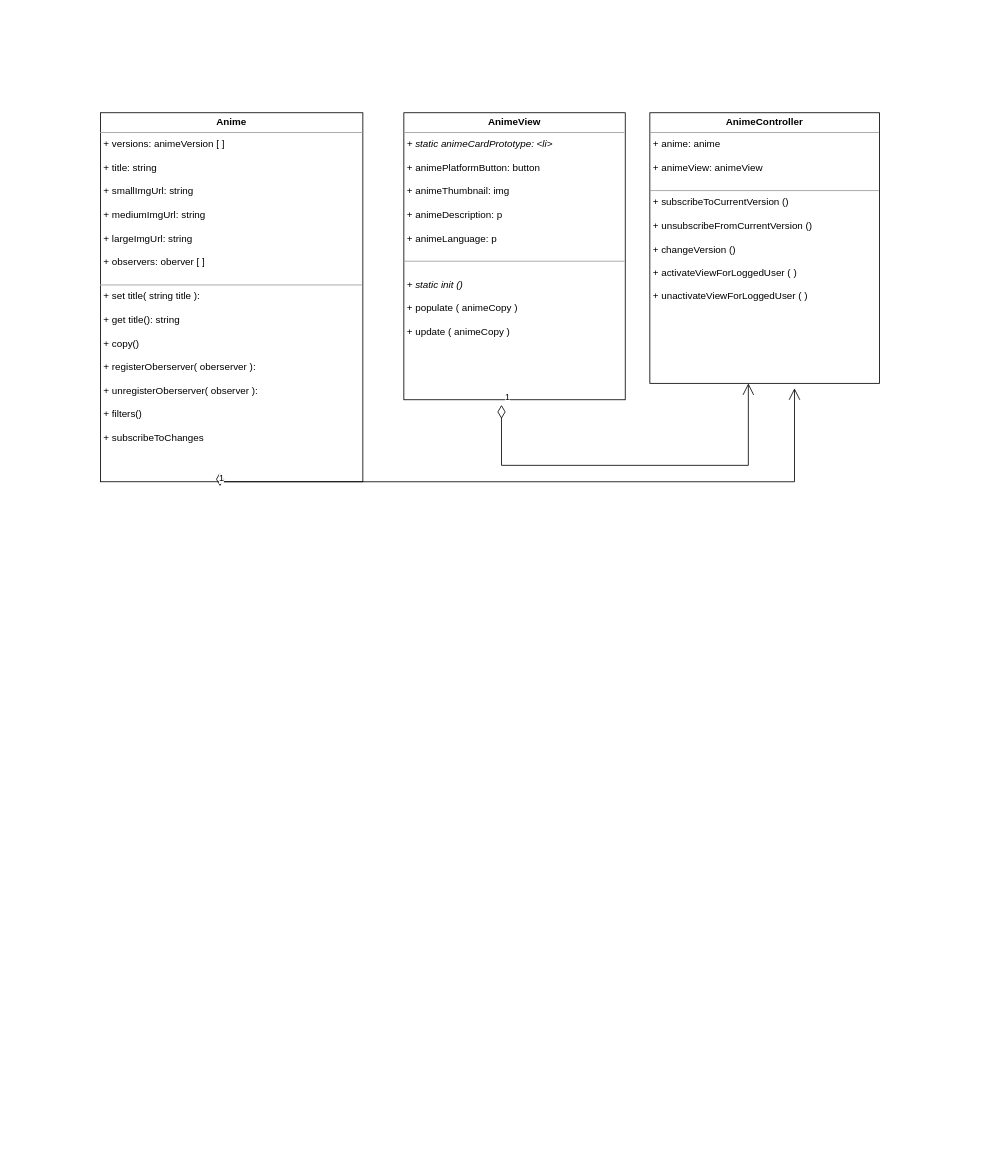
Above: documentación/documentación del producto/documentación del sistema/documentación del diseño/Diagrama de clases frontend.drawio in GaelCodes/MyAnime (draw.io), before the change. Source tidied: cells renumbered, new cells numbered last; positions are measured from the earlier drawing's top-left corner, leaving out a move shared by most shapes. Both pictures are drawn from the tidied source at 82%, with x=0, y=0 at pixel (43, 51).
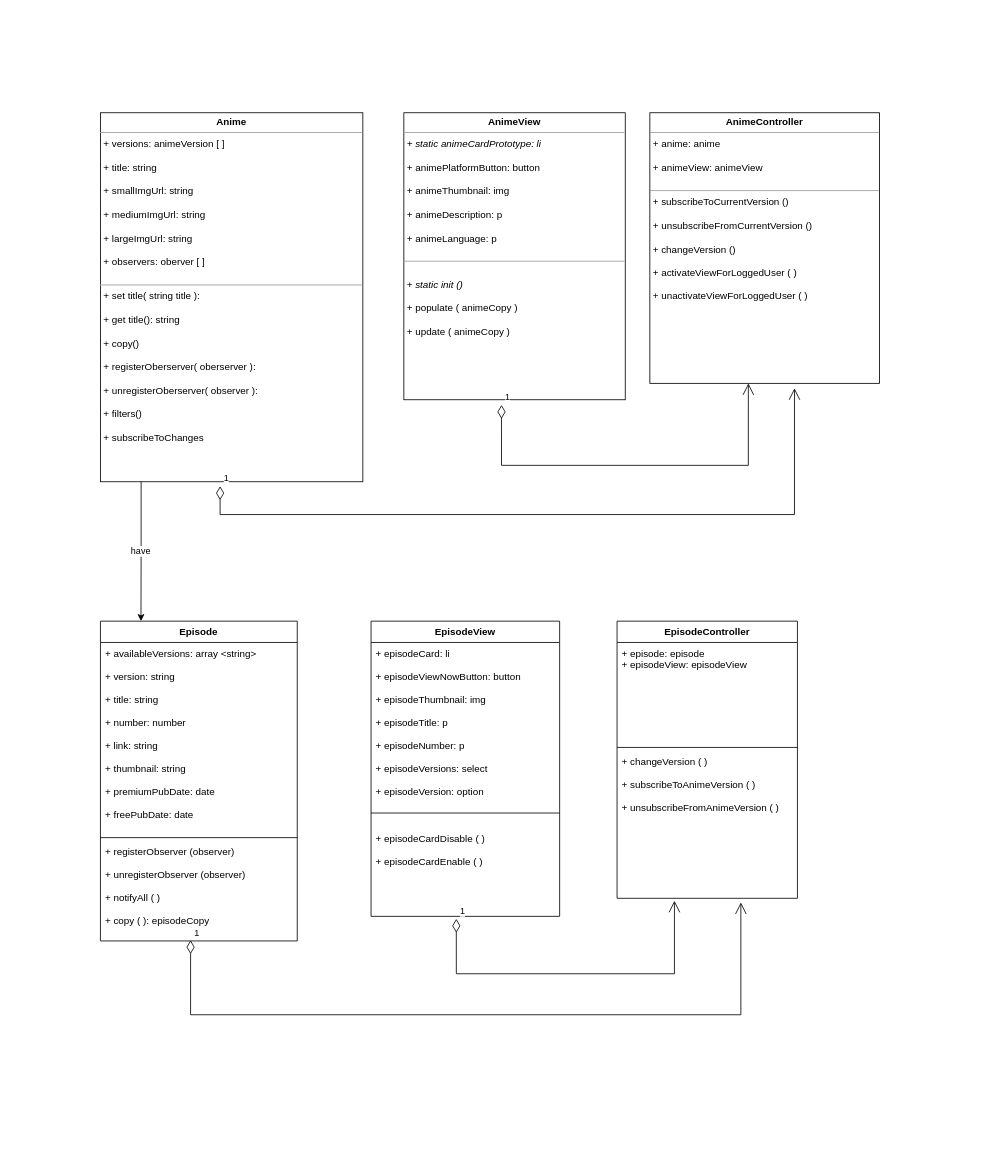
Above is the later version.

Commit message (it also covers changes not shown here):
Añadido componente episodio al diagrama de clases del frontend [GA-12]

Unchanged cells that the change refers to:
```xml
<mxCell id="2" value="&lt;p style=&quot;margin: 0px ; margin-top: 4px ; text-align: center&quot;&gt;&lt;b&gt;Anime&lt;/b&gt;&lt;/p&gt;&lt;hr size=&quot;1&quot;&gt;&lt;p style=&quot;margin: 0px ; margin-left: 4px&quot;&gt;+ versions: animeVersion [ ]&lt;/p&gt;&lt;p style=&quot;margin: 0px ; margin-left: 4px&quot;&gt;&lt;br&gt;&lt;/p&gt;&lt;p style=&quot;margin: 0px ; margin-left: 4px&quot;&gt;+ title: string&lt;/p&gt;&lt;p style=&quot;margin: 0px ; margin-left: 4px&quot;&gt;&lt;br&gt;&lt;/p&gt;&lt;p style=&quot;margin: 0px ; margin-left: 4px&quot;&gt;+ smallImgUrl: string&lt;/p&gt;&lt;p style=&quot;margin: 0px ; margin-left: 4px&quot;&gt;&lt;br&gt;&lt;/p&gt;&lt;p style=&quot;margin: 0px ; margin-left: 4px&quot;&gt;+ mediumImgUrl: string&lt;/p&gt;&lt;p style=&quot;margin: 0px ; margin-left: 4px&quot;&gt;&lt;br&gt;&lt;/p&gt;&lt;p style=&quot;margin: 0px ; margin-left: 4px&quot;&gt;+ largeImgUrl: string&lt;/p&gt;&lt;p style=&quot;margin: 0px ; margin-left: 4px&quot;&gt;&lt;br&gt;&lt;/p&gt;&lt;p style=&quot;margin: 0px ; margin-left: 4px&quot;&gt;+ observers: oberver [ ]&lt;/p&gt;&lt;p style=&quot;margin: 0px ; margin-left: 4px&quot;&gt;&lt;br&gt;&lt;/p&gt;&lt;hr size=&quot;1&quot;&gt;&lt;p style=&quot;margin: 0px ; margin-left: 4px&quot;&gt;+ set title( string title ):&lt;/p&gt;&lt;p style=&quot;margin: 0px ; margin-left: 4px&quot;&gt;&lt;br&gt;&lt;/p&gt;&lt;p style=&quot;margin: 0px ; margin-left: 4px&quot;&gt;+ get title(): string&lt;/p&gt;&lt;p style=&quot;margin: 0px ; margin-left: 4px&quot;&gt;&lt;br&gt;&lt;/p&gt;&lt;p style=&quot;margin: 0px ; margin-left: 4px&quot;&gt;+ copy()&lt;/p&gt;&lt;p style=&quot;margin: 0px ; margin-left: 4px&quot;&gt;&lt;br&gt;&lt;/p&gt;&lt;p style=&quot;margin: 0px ; margin-left: 4px&quot;&gt;+ registerOberserver( oberserver ):&lt;/p&gt;&lt;p style=&quot;margin: 0px ; margin-left: 4px&quot;&gt;&lt;br&gt;&lt;/p&gt;&lt;p style=&quot;margin: 0px ; margin-left: 4px&quot;&gt;+ unregisterOberserver( observer ):&lt;/p&gt;&lt;p style=&quot;margin: 0px ; margin-left: 4px&quot;&gt;&lt;br&gt;&lt;/p&gt;&lt;p style=&quot;margin: 0px ; margin-left: 4px&quot;&gt;+ filters()&lt;/p&gt;&lt;p style=&quot;margin: 0px ; margin-left: 4px&quot;&gt;&lt;br&gt;&lt;/p&gt;&lt;p style=&quot;margin: 0px ; margin-left: 4px&quot;&gt;+ subscribeToChanges&lt;/p&gt;" style="verticalAlign=top;align=left;overflow=fill;fontSize=12;fontFamily=Helvetica;html=1;" parent="1" vertex="1">
  <mxGeometry x="70" y="75" width="320" height="450" as="geometry" />
</mxCell>
<mxCell id="4" value="&lt;p style=&quot;margin: 0px ; margin-top: 4px ; text-align: center&quot;&gt;&lt;b&gt;AnimeController&lt;/b&gt;&lt;/p&gt;&lt;hr size=&quot;1&quot;&gt;&lt;p style=&quot;margin: 0px ; margin-left: 4px&quot;&gt;+ anime: anime&lt;/p&gt;&lt;p style=&quot;margin: 0px ; margin-left: 4px&quot;&gt;&lt;br&gt;&lt;/p&gt;&lt;p style=&quot;margin: 0px ; margin-left: 4px&quot;&gt;+ animeView: animeView&lt;/p&gt;&lt;p style=&quot;margin: 0px ; margin-left: 4px&quot;&gt;&lt;br&gt;&lt;/p&gt;&lt;hr size=&quot;1&quot;&gt;&lt;p style=&quot;margin: 0px ; margin-left: 4px&quot;&gt;+ subscribeToCurrentVersion ()&lt;/p&gt;&lt;p style=&quot;margin: 0px ; margin-left: 4px&quot;&gt;&lt;br&gt;&lt;/p&gt;&lt;p style=&quot;margin: 0px ; margin-left: 4px&quot;&gt;+ unsubscribeFromCurrentVersion ()&lt;br&gt;&lt;/p&gt;&lt;p style=&quot;margin: 0px ; margin-left: 4px&quot;&gt;&lt;br&gt;&lt;/p&gt;&lt;p style=&quot;margin: 0px ; margin-left: 4px&quot;&gt;+ changeVersion ()&lt;/p&gt;&lt;p style=&quot;margin: 0px ; margin-left: 4px&quot;&gt;&lt;br&gt;&lt;/p&gt;&lt;p style=&quot;margin: 0px ; margin-left: 4px&quot;&gt;+ activateViewForLoggedUser ( )&lt;/p&gt;&lt;p style=&quot;margin: 0px ; margin-left: 4px&quot;&gt;&lt;br&gt;&lt;/p&gt;&lt;p style=&quot;margin: 0px ; margin-left: 4px&quot;&gt;+ unactivateViewForLoggedUser ( )&lt;/p&gt;" style="verticalAlign=top;align=left;overflow=fill;fontSize=12;fontFamily=Helvetica;html=1;" parent="1" vertex="1">
  <mxGeometry x="740" y="75" width="280" height="330" as="geometry" />
</mxCell>
```

Diff of the diagram source:
```diff
@@
+    <mxCell id="7" style="shape=table;startSize=0;childLayout=tableLayout;fillColor=none;strokeColor=none;" parent="1" vertex="1">
+      <mxGeometry x="-35" y="-45" width="1100" height="1385" as="geometry" />
+    </mxCell>
+    <mxCell id="8" style="shape=tableRow;horizontal=0;startSize=0;swimlaneHead=0;swimlaneBody=0;top=0;left=0;bottom=0;right=0;fillColor=none;" parent="7" vertex="1">
+      <mxGeometry width="1100" height="1385" as="geometry" />
+    </mxCell>
+    <mxCell id="9" style="shape=partialRectangle;html=1;whiteSpace=wrap;overflow=hidden;fillColor=none;top=0;left=0;bottom=0;right=0;" parent="8" vertex="1">
+      <mxGeometry width="1100" height="1385" as="geometry" />
+    </mxCell>
+    <mxCell id="10" value="have" style="edgeStyle=orthogonalEdgeStyle;rounded=0;jettySize=auto;html=1;entryX=0.206;entryY=0;entryDx=0;entryDy=0;exitX=0.155;exitY=0.998;exitDx=0;exitDy=0;exitPerimeter=0;entryPerimeter=0;" parent="1" edge="1" source="2" target="11">
+      <mxGeometry relative="1" as="geometry" />
+    </mxCell>
@@
-    <mxCell id="3" value="&lt;p style=&quot;margin: 0px ; margin-top: 4px ; text-align: center&quot;&gt;&lt;b&gt;AnimeView&lt;/b&gt;&lt;/p&gt;&lt;hr size=&quot;1&quot;&gt;&lt;p style=&quot;margin: 0px ; margin-left: 4px&quot;&gt;&lt;i&gt;+ static animeCardPrototype: &amp;lt;li&amp;gt;&lt;/i&gt;&lt;/p&gt;&lt;p style=&quot;margin: 0px ; margin-left: 4px&quot;&gt;&lt;br&gt;&lt;/p&gt;&lt;p style=&quot;margin: 0px ; margin-left: 4px&quot;&gt;+ animePlatformButton: button&lt;br&gt;&lt;/p&gt;&lt;p style=&quot;margin: 0px ; margin-left: 4px&quot;&gt;&lt;br&gt;&lt;/p&gt;&lt;p style=&quot;margin: 0px ; margin-left: 4px&quot;&gt;+ animeThumbnail: img&lt;/p&gt;&lt;p style=&quot;margin: 0px ; margin-left: 4px&quot;&gt;&lt;br&gt;&lt;/p&gt;&lt;p style=&quot;margin: 0px ; margin-left: 4px&quot;&gt;+ animeDescription: p&lt;/p&gt;&lt;p style=&quot;margin: 0px ; margin-left: 4px&quot;&gt;&lt;br&gt;&lt;/p&gt;&lt;p style=&quot;margin: 0px ; margin-left: 4px&quot;&gt;+ animeLanguage: p&lt;/p&gt;&lt;p style=&quot;margin: 0px ; margin-left: 4px&quot;&gt;&lt;br&gt;&lt;/p&gt;&lt;hr size=&quot;1&quot;&gt;&lt;p style=&quot;margin: 0px ; margin-left: 4px&quot;&gt;&lt;br&gt;&lt;/p&gt;&lt;p style=&quot;margin: 0px ; margin-left: 4px&quot;&gt;&lt;i&gt;+ static init ()&lt;/i&gt;&lt;/p&gt;&lt;p style=&quot;margin: 0px ; margin-left: 4px&quot;&gt;&lt;br&gt;&lt;/p&gt;&lt;p style=&quot;margin: 0px ; margin-left: 4px&quot;&gt;+ populate ( animeCopy )&lt;/p&gt;&lt;p style=&quot;margin: 0px ; margin-left: 4px&quot;&gt;&lt;br&gt;&lt;/p&gt;&lt;p style=&quot;margin: 0px ; margin-left: 4px&quot;&gt;+ update ( animeCopy )&lt;/p&gt;" style="verticalAlign=top;align=left;overflow=fill;fontSize=12;fontFamily=Helvetica;html=1;" parent="1" vertex="1">
+    <mxCell id="3" value="&lt;p style=&quot;margin: 0px ; margin-top: 4px ; text-align: center&quot;&gt;&lt;b&gt;AnimeView&lt;/b&gt;&lt;/p&gt;&lt;hr size=&quot;1&quot;&gt;&lt;p style=&quot;margin: 0px ; margin-left: 4px&quot;&gt;&lt;i&gt;+ static animeCardPrototype: li&lt;/i&gt;&lt;/p&gt;&lt;p style=&quot;margin: 0px ; margin-left: 4px&quot;&gt;&lt;br&gt;&lt;/p&gt;&lt;p style=&quot;margin: 0px ; margin-left: 4px&quot;&gt;+ animePlatformButton: button&lt;br&gt;&lt;/p&gt;&lt;p style=&quot;margin: 0px ; margin-left: 4px&quot;&gt;&lt;br&gt;&lt;/p&gt;&lt;p style=&quot;margin: 0px ; margin-left: 4px&quot;&gt;+ animeThumbnail: img&lt;/p&gt;&lt;p style=&quot;margin: 0px ; margin-left: 4px&quot;&gt;&lt;br&gt;&lt;/p&gt;&lt;p style=&quot;margin: 0px ; margin-left: 4px&quot;&gt;+ animeDescription: p&lt;/p&gt;&lt;p style=&quot;margin: 0px ; margin-left: 4px&quot;&gt;&lt;br&gt;&lt;/p&gt;&lt;p style=&quot;margin: 0px ; margin-left: 4px&quot;&gt;+ animeLanguage: p&lt;/p&gt;&lt;p style=&quot;margin: 0px ; margin-left: 4px&quot;&gt;&lt;br&gt;&lt;/p&gt;&lt;hr size=&quot;1&quot;&gt;&lt;p style=&quot;margin: 0px ; margin-left: 4px&quot;&gt;&lt;br&gt;&lt;/p&gt;&lt;p style=&quot;margin: 0px ; margin-left: 4px&quot;&gt;&lt;i&gt;+ static init ()&lt;/i&gt;&lt;/p&gt;&lt;p style=&quot;margin: 0px ; margin-left: 4px&quot;&gt;&lt;br&gt;&lt;/p&gt;&lt;p style=&quot;margin: 0px ; margin-left: 4px&quot;&gt;+ populate ( animeCopy )&lt;/p&gt;&lt;p style=&quot;margin: 0px ; margin-left: 4px&quot;&gt;&lt;br&gt;&lt;/p&gt;&lt;p style=&quot;margin: 0px ; margin-left: 4px&quot;&gt;+ update ( animeCopy )&lt;/p&gt;" style="verticalAlign=top;align=left;overflow=fill;fontSize=12;fontFamily=Helvetica;html=1;" parent="1" vertex="1">
       <mxGeometry x="440" y="75" width="270" height="350" as="geometry" />
     </mxCell>
@@
     <mxCell id="6" value="1" style="endArrow=open;html=1;endSize=12;startArrow=diamondThin;startSize=14;startFill=0;edgeStyle=orthogonalEdgeStyle;align=left;verticalAlign=bottom;rounded=0;exitX=0.456;exitY=1.012;exitDx=0;exitDy=0;exitPerimeter=0;entryX=0.63;entryY=1.018;entryDx=0;entryDy=0;entryPerimeter=0;" parent="1" edge="1" source="2" target="4">
       <mxGeometry x="-1" y="3" relative="1" as="geometry">
         <Array as="points">
-          <mxPoint x="253" y="525" />
-          <mxPoint x="910" y="525" />
+          <mxPoint x="216" y="565" />
+          <mxPoint x="916" y="565" />
         </Array>
       </mxGeometry>
     </mxCell>
-    <mxCell id="7" style="shape=table;startSize=0;childLayout=tableLayout;fillColor=none;strokeColor=none;" parent="1" vertex="1">
-      <mxGeometry width="1150" height="600" as="geometry" />
-    </mxCell>
-    <mxCell id="8" style="shape=tableRow;horizontal=0;startSize=0;swimlaneHead=0;swimlaneBody=0;top=0;left=0;bottom=0;right=0;fillColor=none;" parent="7" vertex="1">
-      <mxGeometry width="1150" height="600" as="geometry" />
-    </mxCell>
-    <mxCell id="9" style="shape=partialRectangle;html=1;whiteSpace=wrap;overflow=hidden;fillColor=none;top=0;left=0;bottom=0;right=0;" parent="8" vertex="1">
-      <mxGeometry width="1150" height="600" as="geometry" />
-    </mxCell>
+    <mxCell id="11" value="Episode" style="swimlane;fontStyle=1;align=center;verticalAlign=top;horizontal=1;startSize=26;" parent="1" vertex="1">
+      <mxGeometry x="70" y="695" width="240" height="390" as="geometry" />
+    </mxCell>
+    <mxCell id="12" value="+ availableVersions: array &lt;string&gt;&#10;&#10;+ version: string&#10;&#10;+ title: string&#10;&#10;+ number: number&#10;&#10;+ link: string&#10;&#10;+ thumbnail: string&#10;&#10;+ premiumPubDate: date&#10;&#10;+ freePubDate: date" style="text;strokeColor=none;fillColor=none;align=left;verticalAlign=top;spacingLeft=4;spacingRight=4;overflow=hidden;" parent="11" vertex="1">
+      <mxGeometry y="26" width="240" height="234" as="geometry" />
+    </mxCell>
+    <mxCell id="13" style="line;strokeWidth=1;fillColor=none;align=left;verticalAlign=middle;spacingTop=-1;spacingLeft=3;spacingRight=3;labelPosition=right;" parent="11" vertex="1">
+      <mxGeometry y="260" width="240" height="8" as="geometry" />
+    </mxCell>
+    <mxCell id="14" value="+ registerObserver (observer)&#10;&#10;+ unregisterObserver (observer)&#10;&#10;+ notifyAll ( )&#10;&#10;+ copy ( ): episodeCopy&#10;&#10;&#10;&#10;" style="text;strokeColor=none;fillColor=none;align=left;verticalAlign=top;spacingLeft=4;spacingRight=4;overflow=hidden;points=[[0,0.5],[1,0.5]];portConstraint=eastwest;" parent="11" vertex="1">
+      <mxGeometry y="268" width="240" height="122" as="geometry" />
+    </mxCell>
+    <mxCell id="15" value="EpisodeView" style="swimlane;fontStyle=1;align=center;verticalAlign=top;horizontal=1;startSize=26;" parent="1" vertex="1">
+      <mxGeometry x="400" y="695" width="230" height="360" as="geometry" />
+    </mxCell>
+    <mxCell id="16" value="+ episodeCard: li&#10;&#10;+ episodeViewNowButton: button&#10;&#10;+ episodeThumbnail: img&#10;&#10;+ episodeTitle: p&#10;&#10;+ episodeNumber: p&#10;&#10;+ episodeVersions: select&#10;&#10;+ episodeVersion: option&#10;&#10;&#10;" style="text;strokeColor=none;fillColor=none;align=left;verticalAlign=top;spacingLeft=4;spacingRight=4;overflow=hidden;" parent="15" vertex="1">
+      <mxGeometry y="26" width="230" height="204" as="geometry" />
+    </mxCell>
+    <mxCell id="17" style="line;strokeWidth=1;fillColor=none;align=left;verticalAlign=middle;spacingTop=-1;spacingLeft=3;spacingRight=3;labelPosition=right;" parent="15" vertex="1">
+      <mxGeometry y="230" width="230" height="8" as="geometry" />
+    </mxCell>
+    <mxCell id="18" value="&#10;+ episodeCardDisable ( )&#10;&#10;+ episodeCardEnable ( )&#10;&#10;" style="text;strokeColor=none;fillColor=none;align=left;verticalAlign=top;spacingLeft=4;spacingRight=4;overflow=hidden;points=[[0,0.5],[1,0.5]];portConstraint=eastwest;" parent="15" vertex="1">
+      <mxGeometry y="238" width="230" height="122" as="geometry" />
+    </mxCell>
+    <mxCell id="19" value="EpisodeController" style="swimlane;fontStyle=1;align=center;verticalAlign=top;horizontal=1;startSize=26;" parent="1" vertex="1">
+      <mxGeometry x="700" y="695" width="220" height="338" as="geometry" />
+    </mxCell>
+    <mxCell id="20" value="+ episode: episode&#10;+ episodeView: episodeView" style="text;strokeColor=none;fillColor=none;align=left;verticalAlign=top;spacingLeft=4;spacingRight=4;overflow=hidden;" parent="19" vertex="1">
+      <mxGeometry y="26" width="220" height="124" as="geometry" />
+    </mxCell>
+    <mxCell id="21" style="line;strokeWidth=1;fillColor=none;align=left;verticalAlign=middle;spacingTop=-1;spacingLeft=3;spacingRight=3;labelPosition=right;" parent="19" vertex="1">
+      <mxGeometry y="150" width="220" height="8" as="geometry" />
+    </mxCell>
+    <mxCell id="22" value="+ changeVersion ( )&#10;&#10;+ subscribeToAnimeVersion ( )&#10;&#10;+ unsubscribeFromAnimeVersion ( )" style="text;strokeColor=none;fillColor=none;align=left;verticalAlign=top;spacingLeft=4;spacingRight=4;overflow=hidden;" parent="19" vertex="1">
+      <mxGeometry y="158" width="220" height="180" as="geometry" />
+    </mxCell>
+    <mxCell id="23" value="1" style="endArrow=open;html=1;endSize=12;startArrow=diamondThin;startSize=14;startFill=0;edgeStyle=orthogonalEdgeStyle;align=left;verticalAlign=bottom;rounded=0;exitX=0.452;exitY=1.025;exitDx=0;exitDy=0;exitPerimeter=0;" parent="1" edge="1" source="18">
+      <mxGeometry x="-1" y="3" relative="1" as="geometry">
+        <mxPoint x="770" y="1036" as="targetPoint" />
+        <Array as="points">
+          <mxPoint x="504" y="1125" />
+          <mxPoint x="770" y="1125" />
+          <mxPoint x="770" y="1036" />
+        </Array>
+      </mxGeometry>
+    </mxCell>
+    <mxCell id="24" value="1" style="endArrow=open;html=1;endSize=12;startArrow=diamondThin;startSize=14;startFill=0;edgeStyle=orthogonalEdgeStyle;align=left;verticalAlign=bottom;rounded=0;exitX=0.458;exitY=0.992;exitDx=0;exitDy=0;exitPerimeter=0;" parent="1" edge="1" source="14">
+      <mxGeometry x="-1" y="3" relative="1" as="geometry">
+        <mxPoint x="851" y="1038" as="targetPoint" />
+        <Array as="points">
+          <mxPoint x="180" y="1175" />
+          <mxPoint x="851" y="1175" />
+          <mxPoint x="851" y="1038" />
+        </Array>
+      </mxGeometry>
+    </mxCell>
```
